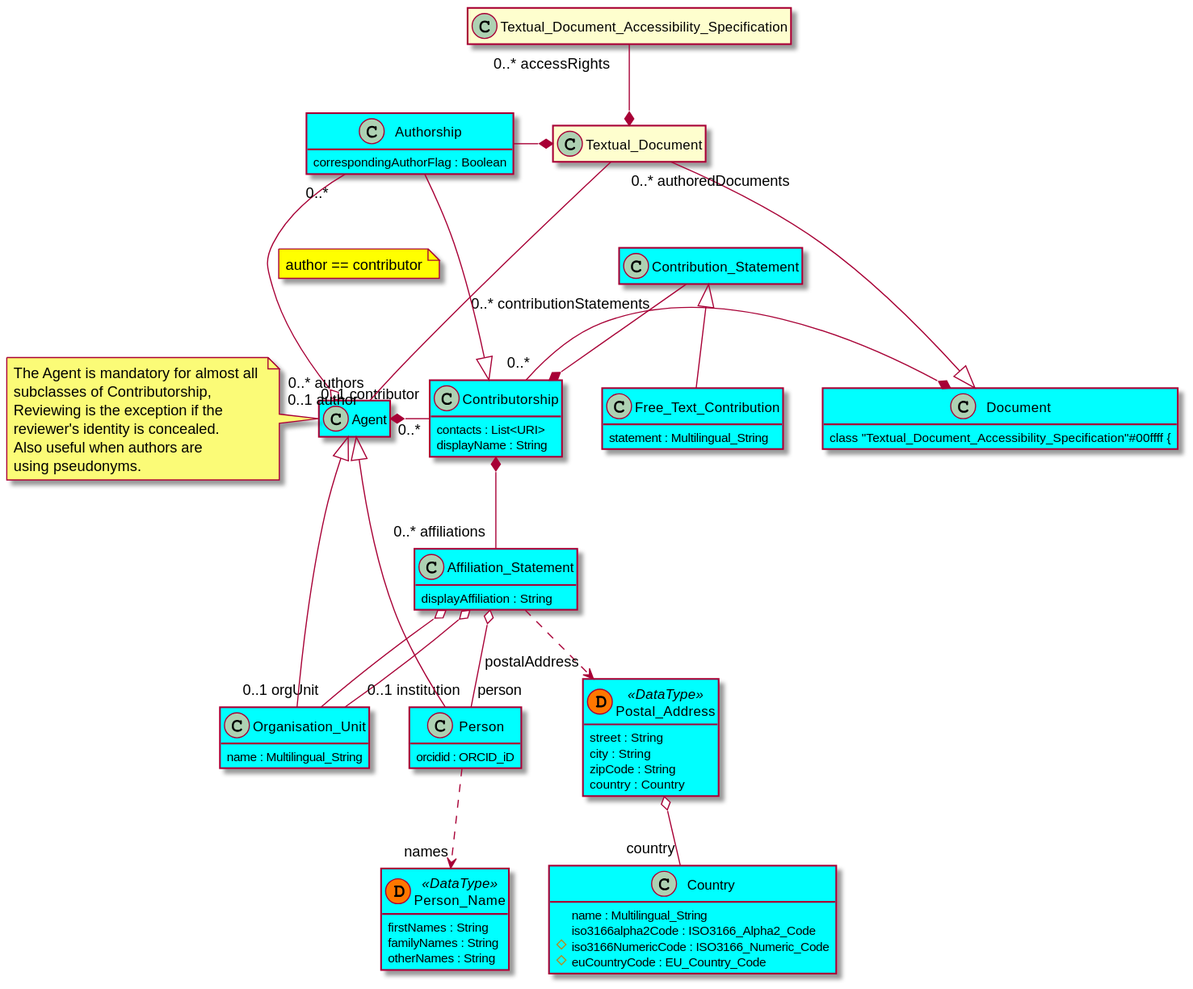
The PlantUML diagram diagrams/core.svg in EuroCRIS/CERIF-ScholarlyPublicationsModule, before a commit.
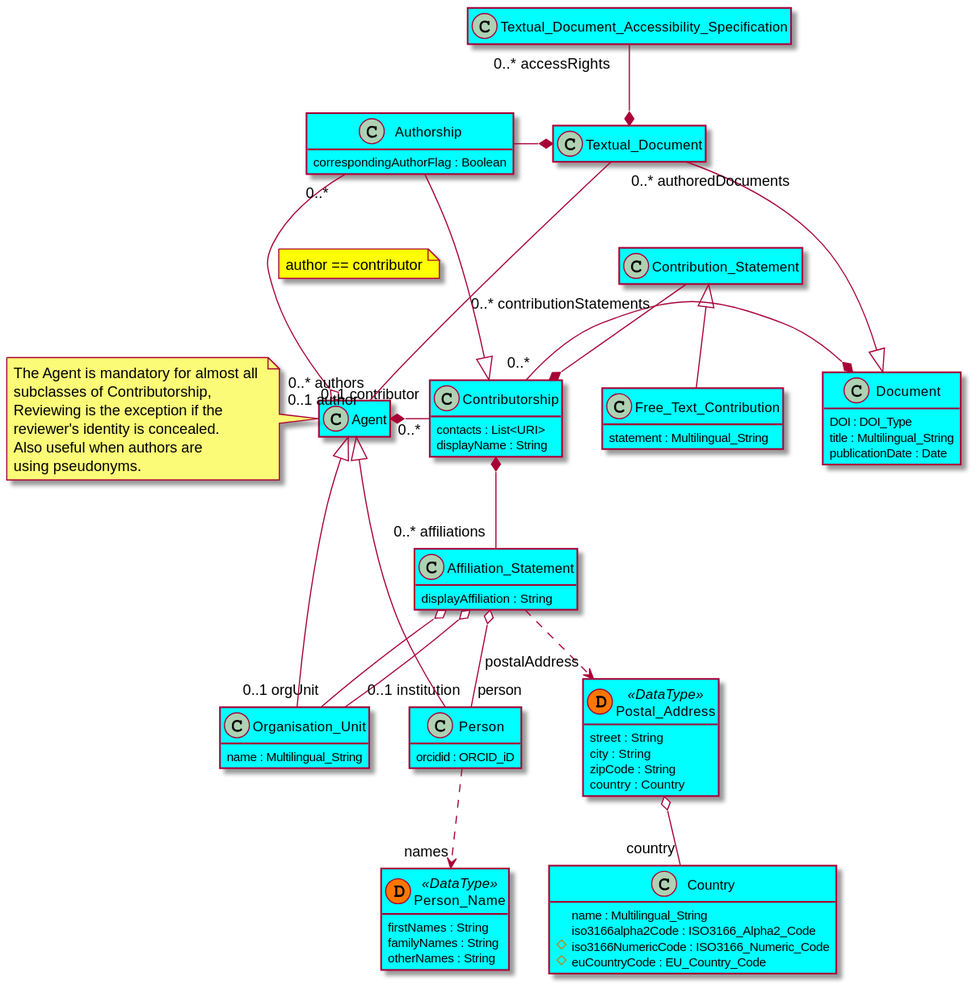
The same diagram one commit later.

Commit message:
colors at diagrams (core and module distinction)

What changed in the source:
```diff
@@ -13,13 +13,18 @@
     class "Textual_Document"#00ffff {
     }
     !endsub
+
     !startsub TDAS
     class "Textual_Document_Accessibility_Specification"#00ffff {
     }
     !endsub
+
+    !startsub Agent
     class "Agent"#00ffff {
 
-    }
+        }
+    !endsub
+
     class "Organisation_Unit"#00ffff {
         name : Multilingual_String
     }
@@ -34,6 +39,7 @@
     class "Authorship"#00ffff {
         correspondingAuthorFlag : Boolean
     }
+
     !startsub Contributorship
     class "Contributorship"#00ffff {
         contacts : List<URI>
@@ -45,6 +51,7 @@
         statement : Multilingual_String
     }
     !endsub
+
     class "Affiliation_Statement"#00ffff {
         displayAffiliation : String
     }
```
